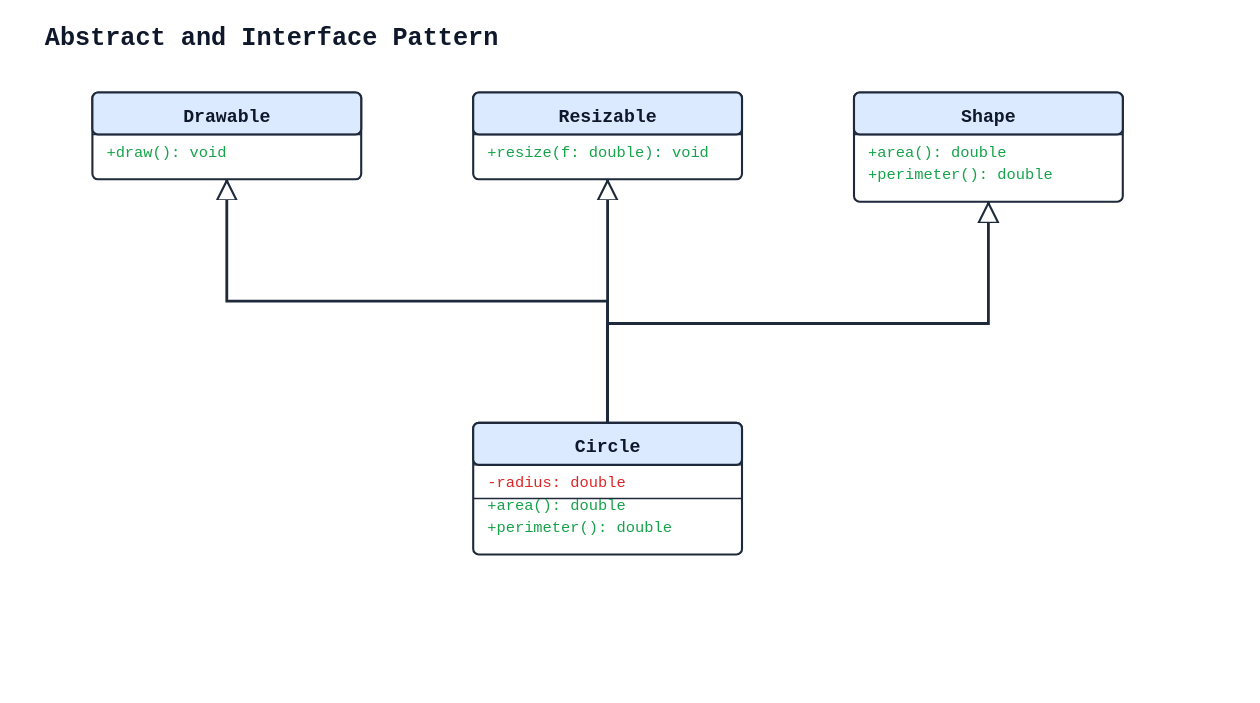
The PlantUML diagram docs/examples/class/13_abstract_interface.svg in alliecatowo/puml, before a commit. Its source is kept beside it as docs/examples/class/13_abstract_interface.puml.
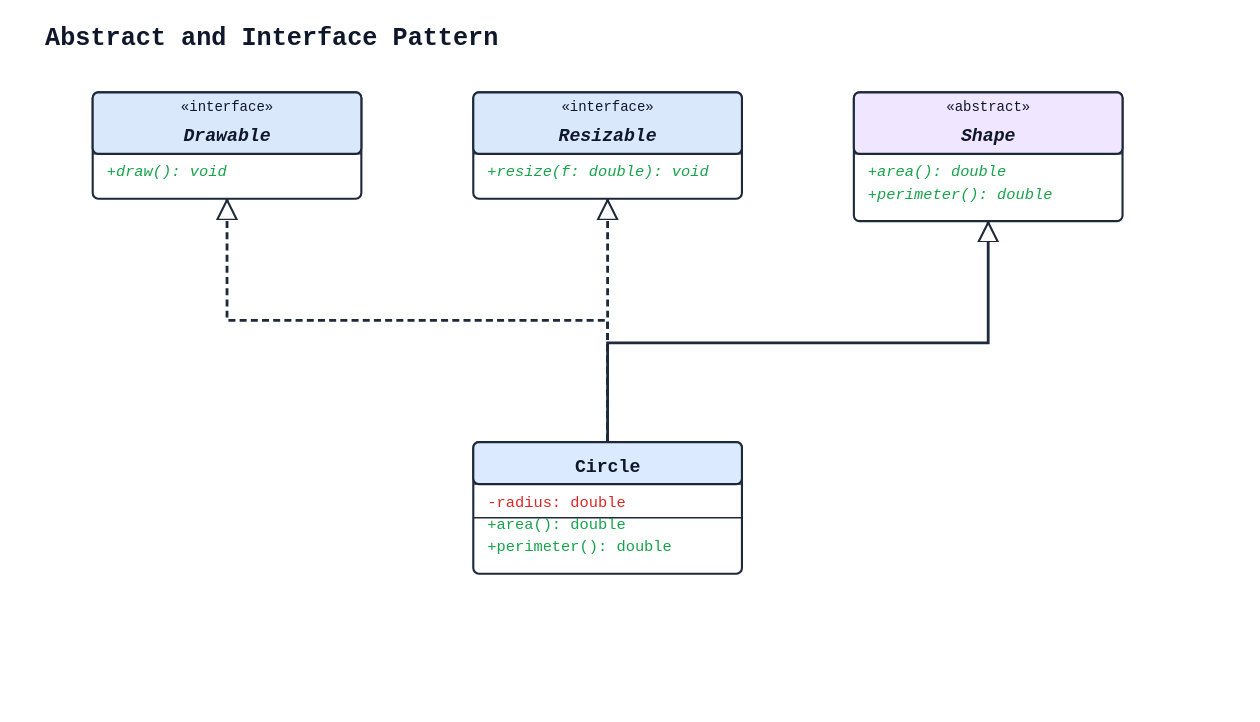
The same file after the commit.

Commit message:
fix(render): render abstract class and interface names and members in italic

Change to the diagram source:
```diff
@@ -1,13 +1,13 @@
 @startuml
 title Abstract and Interface Pattern
-class Shape {
-  +area(): double
-  +perimeter(): double
+abstract class Shape {
+  {abstract} +area(): double
+  {abstract} +perimeter(): double
 }
-class Drawable {
+interface Drawable {
   +draw(): void
 }
-class Resizable {
+interface Resizable {
   +resize(f: double): void
 }
 class Circle {
@@ -16,6 +16,6 @@
   +perimeter(): double
 }
 Shape <|-- Circle
-Drawable <|-- Circle
-Resizable <|-- Circle
+Drawable <|.. Circle
+Resizable <|.. Circle
 @enduml
```
